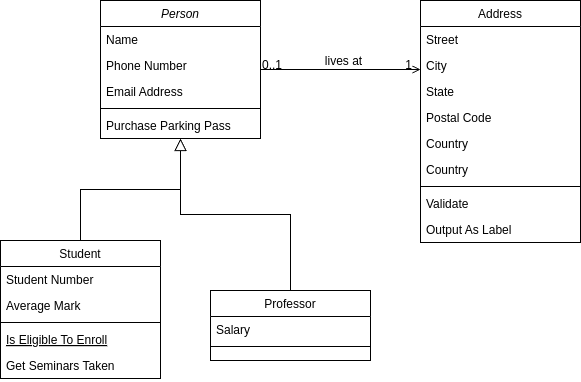
Before: diagram.png, a diagram exported from draw.io (myziny/test-repository). Source tidied: cells renumbered, new cells last; positions are measured from the earlier drawing's top-left corner, leaving out a move shared by most shapes. Source of this version:
```xml
<mxGraphModel background="#ffffff">
  <root>
    <mxCell id="0" />
    <mxCell id="1" parent="0" />
    <mxCell id="2" value="Person" style="swimlane;fontStyle=2;align=center;verticalAlign=top;horizontal=1;startSize=26;swimlaneFillColor=#ffffff;rounded=0;shadow=0;strokeWidth=1;" parent="1" vertex="1">
      <mxGeometry x="100" width="160" height="138" as="geometry" />
    </mxCell>
    <mxCell id="3" value="Name" style="text;strokeColor=none;fillColor=none;align=left;verticalAlign=top;spacingLeft=4;spacingRight=4;overflow=hidden;" parent="2" vertex="1">
      <mxGeometry y="26" width="160" height="26" as="geometry" />
    </mxCell>
    <mxCell id="4" value="Phone Number" style="text;strokeColor=none;fillColor=none;align=left;verticalAlign=top;spacingLeft=4;spacingRight=4;overflow=hidden;rounded=0;shadow=0;html=0;" parent="2" vertex="1">
      <mxGeometry y="52" width="160" height="26" as="geometry" />
    </mxCell>
    <mxCell id="5" value="Email Address" style="text;strokeColor=none;fillColor=none;align=left;verticalAlign=top;spacingLeft=4;spacingRight=4;overflow=hidden;rounded=0;shadow=0;html=0;" parent="2" vertex="1">
      <mxGeometry y="78" width="160" height="26" as="geometry" />
    </mxCell>
    <mxCell id="6" style="line;html=1;strokeWidth=1;fillColor=none;align=left;verticalAlign=middle;spacingTop=-1;spacingLeft=3;spacingRight=3;labelPosition=right;" parent="2" vertex="1">
      <mxGeometry y="104" width="160" height="8" as="geometry" />
    </mxCell>
    <mxCell id="7" value="Purchase Parking Pass" style="text;strokeColor=none;fillColor=none;align=left;verticalAlign=top;spacingLeft=4;spacingRight=4;overflow=hidden;" parent="2" vertex="1">
      <mxGeometry y="112" width="160" height="26" as="geometry" />
    </mxCell>
    <mxCell id="8" value="Student" style="swimlane;fontStyle=0;align=center;verticalAlign=top;horizontal=1;startSize=26;swimlaneFillColor=#ffffff;rounded=0;shadow=0;strokeWidth=1;" parent="1" vertex="1">
      <mxGeometry y="240" width="160" height="138" as="geometry" />
    </mxCell>
    <mxCell id="9" value="Student Number" style="text;strokeColor=none;fillColor=none;align=left;verticalAlign=top;spacingLeft=4;spacingRight=4;overflow=hidden;" parent="8" vertex="1">
      <mxGeometry y="26" width="160" height="26" as="geometry" />
    </mxCell>
    <mxCell id="10" value="Average Mark" style="text;strokeColor=none;fillColor=none;align=left;verticalAlign=top;spacingLeft=4;spacingRight=4;overflow=hidden;rounded=0;shadow=0;html=0;" parent="8" vertex="1">
      <mxGeometry y="52" width="160" height="26" as="geometry" />
    </mxCell>
    <mxCell id="11" style="line;html=1;strokeWidth=1;fillColor=none;align=left;verticalAlign=middle;spacingTop=-1;spacingLeft=3;spacingRight=3;labelPosition=right;" parent="8" vertex="1">
      <mxGeometry y="78" width="160" height="8" as="geometry" />
    </mxCell>
    <mxCell id="12" value="Is Eligible To Enroll" style="text;strokeColor=none;fillColor=none;align=left;verticalAlign=top;spacingLeft=4;spacingRight=4;overflow=hidden;fontStyle=4;" parent="8" vertex="1">
      <mxGeometry y="86" width="160" height="26" as="geometry" />
    </mxCell>
    <mxCell id="13" value="Get Seminars Taken" style="text;strokeColor=none;fillColor=none;align=left;verticalAlign=top;spacingLeft=4;spacingRight=4;overflow=hidden;" parent="8" vertex="1">
      <mxGeometry y="112" width="160" height="26" as="geometry" />
    </mxCell>
    <mxCell id="14" style="endArrow=block;endSize=10;endFill=0;shadow=0;strokeWidth=1;edgeStyle=orthogonalEdgeStyle;rounded=0;" parent="1" edge="1" source="8" target="2">
      <mxGeometry relative="1" as="geometry">
        <Array as="points">
          <mxPoint x="80" y="189" />
          <mxPoint x="180" y="189" />
        </Array>
      </mxGeometry>
    </mxCell>
    <mxCell id="15" value="Professor" style="swimlane;fontStyle=0;align=center;verticalAlign=top;horizontal=1;startSize=26;swimlaneFillColor=#ffffff;rounded=0;shadow=0;strokeWidth=1;" parent="1" vertex="1">
      <mxGeometry x="210" y="290" width="160" height="70" as="geometry" />
    </mxCell>
    <mxCell id="16" value="Salary" style="text;strokeColor=none;fillColor=none;align=left;verticalAlign=top;spacingLeft=4;spacingRight=4;overflow=hidden;" parent="15" vertex="1">
      <mxGeometry y="26" width="160" height="26" as="geometry" />
    </mxCell>
    <mxCell id="17" style="line;html=1;strokeWidth=1;fillColor=none;align=left;verticalAlign=middle;spacingTop=-1;spacingLeft=3;spacingRight=3;labelPosition=right;" parent="15" vertex="1">
      <mxGeometry y="52" width="160" height="8" as="geometry" />
    </mxCell>
    <mxCell id="18" style="endArrow=block;endSize=10;endFill=0;shadow=0;strokeWidth=1;edgeStyle=orthogonalEdgeStyle;rounded=0;" parent="1" edge="1" source="15" target="2">
      <mxGeometry relative="1" as="geometry" />
    </mxCell>
    <mxCell id="19" value="Address" style="swimlane;fontStyle=0;align=center;verticalAlign=top;horizontal=1;startSize=26;swimlaneFillColor=#ffffff;rounded=0;shadow=0;strokeWidth=1;" parent="1" vertex="1">
      <mxGeometry x="420" width="160" height="242" as="geometry" />
    </mxCell>
    <mxCell id="20" value="Street" style="text;strokeColor=none;fillColor=none;align=left;verticalAlign=top;spacingLeft=4;spacingRight=4;overflow=hidden;" parent="19" vertex="1">
      <mxGeometry y="26" width="160" height="26" as="geometry" />
    </mxCell>
    <mxCell id="21" value="City" style="text;strokeColor=none;fillColor=none;align=left;verticalAlign=top;spacingLeft=4;spacingRight=4;overflow=hidden;rounded=0;shadow=0;html=0;" parent="19" vertex="1">
      <mxGeometry y="52" width="160" height="26" as="geometry" />
    </mxCell>
    <mxCell id="22" value="State" style="text;strokeColor=none;fillColor=none;align=left;verticalAlign=top;spacingLeft=4;spacingRight=4;overflow=hidden;rounded=0;shadow=0;html=0;" parent="19" vertex="1">
      <mxGeometry y="78" width="160" height="26" as="geometry" />
    </mxCell>
    <mxCell id="23" value="Postal Code" style="text;strokeColor=none;fillColor=none;align=left;verticalAlign=top;spacingLeft=4;spacingRight=4;overflow=hidden;rounded=0;shadow=0;html=0;" parent="19" vertex="1">
      <mxGeometry y="104" width="160" height="26" as="geometry" />
    </mxCell>
    <mxCell id="24" value="Country" style="text;strokeColor=none;fillColor=none;align=left;verticalAlign=top;spacingLeft=4;spacingRight=4;overflow=hidden;rounded=0;shadow=0;html=0;" parent="19" vertex="1">
      <mxGeometry y="130" width="160" height="26" as="geometry" />
    </mxCell>
    <mxCell id="25" value="Country" style="text;strokeColor=none;fillColor=none;align=left;verticalAlign=top;spacingLeft=4;spacingRight=4;overflow=hidden;rounded=0;shadow=0;html=0;" parent="19" vertex="1">
      <mxGeometry y="156" width="160" height="26" as="geometry" />
    </mxCell>
    <mxCell id="26" style="line;html=1;strokeWidth=1;fillColor=none;align=left;verticalAlign=middle;spacingTop=-1;spacingLeft=3;spacingRight=3;labelPosition=right;" parent="19" vertex="1">
      <mxGeometry y="182" width="160" height="8" as="geometry" />
    </mxCell>
    <mxCell id="27" value="Validate" style="text;strokeColor=none;fillColor=none;align=left;verticalAlign=top;spacingLeft=4;spacingRight=4;overflow=hidden;" parent="19" vertex="1">
      <mxGeometry y="190" width="160" height="26" as="geometry" />
    </mxCell>
    <mxCell id="28" value="Output As Label" style="text;strokeColor=none;fillColor=none;align=left;verticalAlign=top;spacingLeft=4;spacingRight=4;overflow=hidden;" parent="19" vertex="1">
      <mxGeometry y="216" width="160" height="26" as="geometry" />
    </mxCell>
    <mxCell id="29" style="endArrow=open;edgeStyle=orthogonalEdgeStyle;shadow=0;strokeWidth=1;strokeColor=#000000;rounded=0;endFill=1;" parent="1" edge="1">
      <mxGeometry x="0.5" y="41" relative="1" as="geometry">
        <mxPoint x="260" y="69" as="sourcePoint" />
        <mxPoint x="420" y="69" as="targetPoint" />
        <Array as="points">
          <mxPoint x="380" y="69" />
          <mxPoint x="380" y="69" />
        </Array>
        <mxPoint x="-40" y="32" as="offset" />
      </mxGeometry>
    </mxCell>
    <mxCell id="30" value="0..1" style="align=left;verticalAlign=bottom;labelBackgroundColor=none;fontSize=12;" parent="29" vertex="1">
      <mxGeometry x="-1" relative="1" as="geometry">
        <mxPoint y="4" as="offset" />
      </mxGeometry>
    </mxCell>
    <mxCell id="31" value="1" style="align=right;verticalAlign=bottom;labelBackgroundColor=none;fontSize=12;" parent="29" vertex="1">
      <mxGeometry x="1" relative="1" as="geometry">
        <mxPoint x="-7" y="4" as="offset" />
      </mxGeometry>
    </mxCell>
    <mxCell id="32" value="lives at" style="text;html=1;align=center;verticalAlign=middle;labelBackgroundColor=none;rounded=0;shadow=0;strokeWidth=1;fontSize=12;" parent="29" vertex="1">
      <mxGeometry x="0.5" y="49" relative="1" as="geometry">
        <mxPoint x="-38" y="40" as="offset" />
      </mxGeometry>
    </mxCell>
  </root>
</mxGraphModel>
```
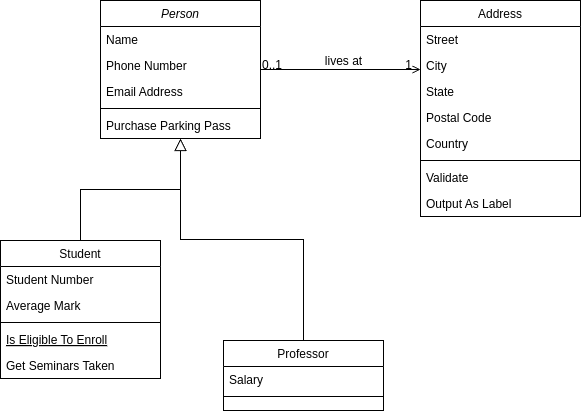
Later version of the same file.

Diff of the diagram source:
```diff
@@ -47,7 +47,7 @@
       </mxGeometry>
     </mxCell>
     <mxCell id="15" value="Professor" style="swimlane;fontStyle=0;align=center;verticalAlign=top;horizontal=1;startSize=26;swimlaneFillColor=#ffffff;rounded=0;shadow=0;strokeWidth=1;" parent="1" vertex="1">
-      <mxGeometry x="210" y="290" width="160" height="70" as="geometry" />
+      <mxGeometry x="223" y="340" width="160" height="70" as="geometry" />
     </mxCell>
     <mxCell id="16" value="Salary" style="text;strokeColor=none;fillColor=none;align=left;verticalAlign=top;spacingLeft=4;spacingRight=4;overflow=hidden;" parent="15" vertex="1">
       <mxGeometry y="26" width="160" height="26" as="geometry" />
@@ -59,7 +59,7 @@
       <mxGeometry relative="1" as="geometry" />
     </mxCell>
     <mxCell id="19" value="Address" style="swimlane;fontStyle=0;align=center;verticalAlign=top;horizontal=1;startSize=26;swimlaneFillColor=#ffffff;rounded=0;shadow=0;strokeWidth=1;" parent="1" vertex="1">
-      <mxGeometry x="420" width="160" height="242" as="geometry" />
+      <mxGeometry x="420" width="160" height="216" as="geometry" />
     </mxCell>
     <mxCell id="20" value="Street" style="text;strokeColor=none;fillColor=none;align=left;verticalAlign=top;spacingLeft=4;spacingRight=4;overflow=hidden;" parent="19" vertex="1">
       <mxGeometry y="26" width="160" height="26" as="geometry" />
@@ -76,17 +76,14 @@
     <mxCell id="24" value="Country" style="text;strokeColor=none;fillColor=none;align=left;verticalAlign=top;spacingLeft=4;spacingRight=4;overflow=hidden;rounded=0;shadow=0;html=0;" parent="19" vertex="1">
       <mxGeometry y="130" width="160" height="26" as="geometry" />
     </mxCell>
-    <mxCell id="25" value="Country" style="text;strokeColor=none;fillColor=none;align=left;verticalAlign=top;spacingLeft=4;spacingRight=4;overflow=hidden;rounded=0;shadow=0;html=0;" parent="19" vertex="1">
-      <mxGeometry y="156" width="160" height="26" as="geometry" />
-    </mxCell>
     <mxCell id="26" style="line;html=1;strokeWidth=1;fillColor=none;align=left;verticalAlign=middle;spacingTop=-1;spacingLeft=3;spacingRight=3;labelPosition=right;" parent="19" vertex="1">
-      <mxGeometry y="182" width="160" height="8" as="geometry" />
+      <mxGeometry y="156" width="160" height="8" as="geometry" />
     </mxCell>
     <mxCell id="27" value="Validate" style="text;strokeColor=none;fillColor=none;align=left;verticalAlign=top;spacingLeft=4;spacingRight=4;overflow=hidden;" parent="19" vertex="1">
-      <mxGeometry y="190" width="160" height="26" as="geometry" />
+      <mxGeometry y="164" width="160" height="26" as="geometry" />
     </mxCell>
     <mxCell id="28" value="Output As Label" style="text;strokeColor=none;fillColor=none;align=left;verticalAlign=top;spacingLeft=4;spacingRight=4;overflow=hidden;" parent="19" vertex="1">
-      <mxGeometry y="216" width="160" height="26" as="geometry" />
+      <mxGeometry y="190" width="160" height="26" as="geometry" />
     </mxCell>
     <mxCell id="29" style="endArrow=open;edgeStyle=orthogonalEdgeStyle;shadow=0;strokeWidth=1;strokeColor=#000000;rounded=0;endFill=1;" parent="1" edge="1">
       <mxGeometry x="0.5" y="41" relative="1" as="geometry">
```
